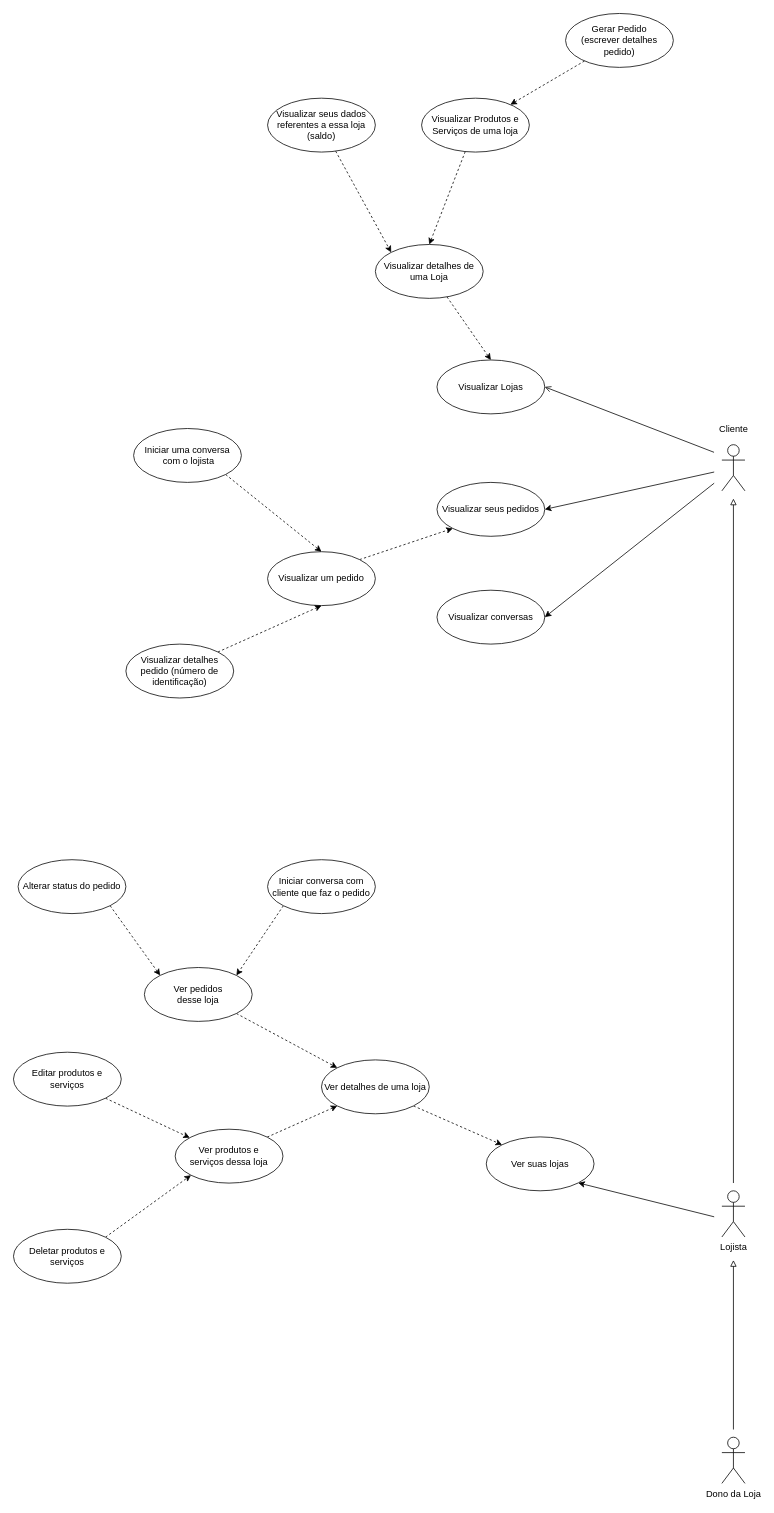
The draw.io diagram diagrams/UseCase.drawio in refocuscenter/refocus-center-api, before the edit. Source tidied: cells renumbered, new cells numbered last; positions are measured from the earlier drawing's top-left corner, leaving out a move shared by most shapes. Both pictures are drawn from the tidied source at 77%, with x=0, y=0 at pixel (13, 13).
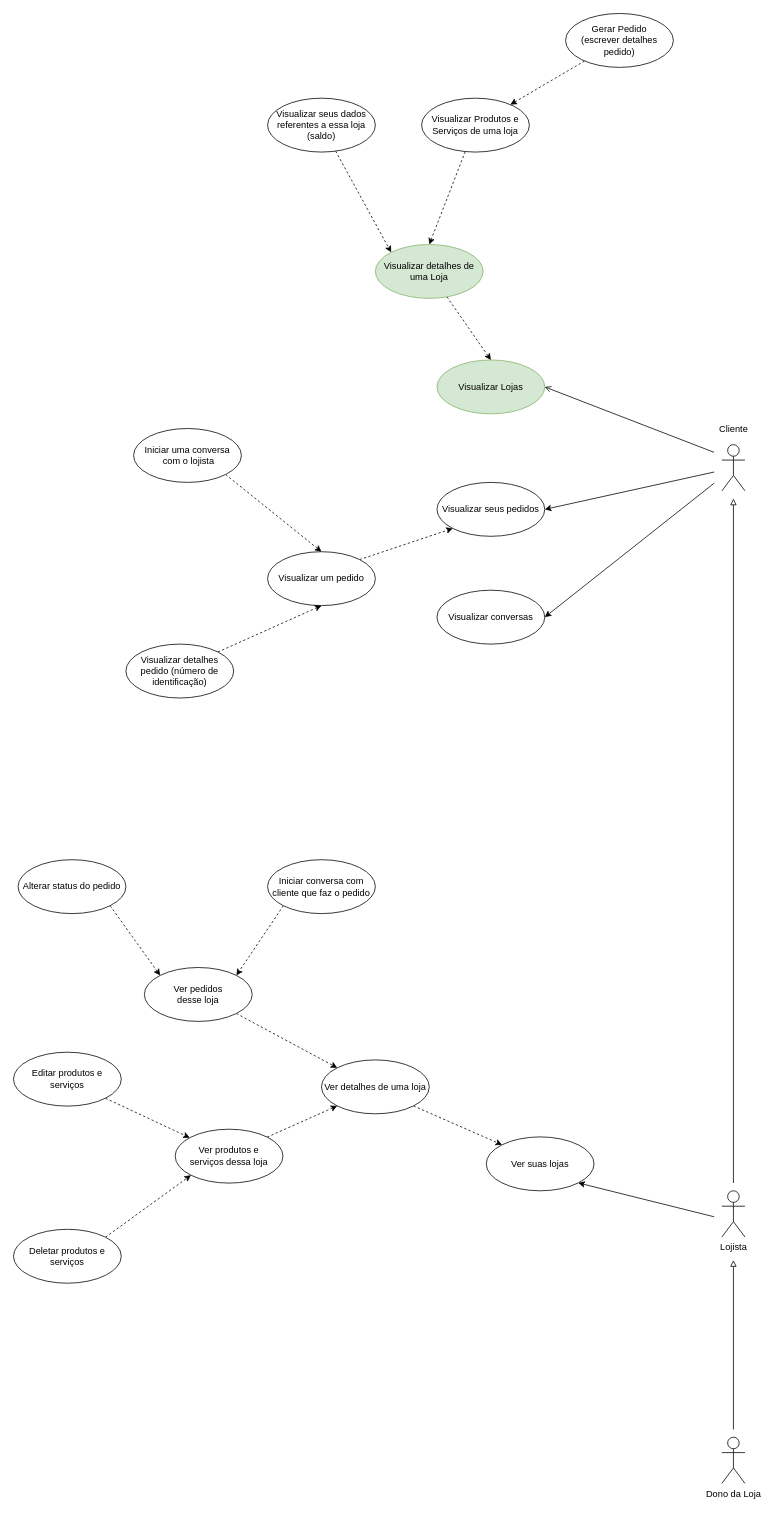
The same page after the edit.

What changed in the source:
```diff
@@
-    <mxCell id="6" value="Visualizar Lojas" style="ellipse;whiteSpace=wrap;html=1;" parent="1" vertex="1">
+    <mxCell id="6" value="Visualizar Lojas" style="ellipse;whiteSpace=wrap;html=1;fillColor=#d5e8d4;strokeColor=#82b366;" parent="1" vertex="1">
       <mxGeometry x="550" y="450" width="140" height="70" as="geometry" />
     </mxCell>
@@
-    <mxCell id="13" value="Visualizar detalhes de uma Loja" style="ellipse;whiteSpace=wrap;html=1;" parent="1" vertex="1">
+    <mxCell id="13" value="Visualizar detalhes de uma Loja" style="ellipse;whiteSpace=wrap;html=1;fillColor=#d5e8d4;strokeColor=#82b366;" parent="1" vertex="1">
       <mxGeometry x="470" y="300" width="140" height="70" as="geometry" />
     </mxCell>
```
